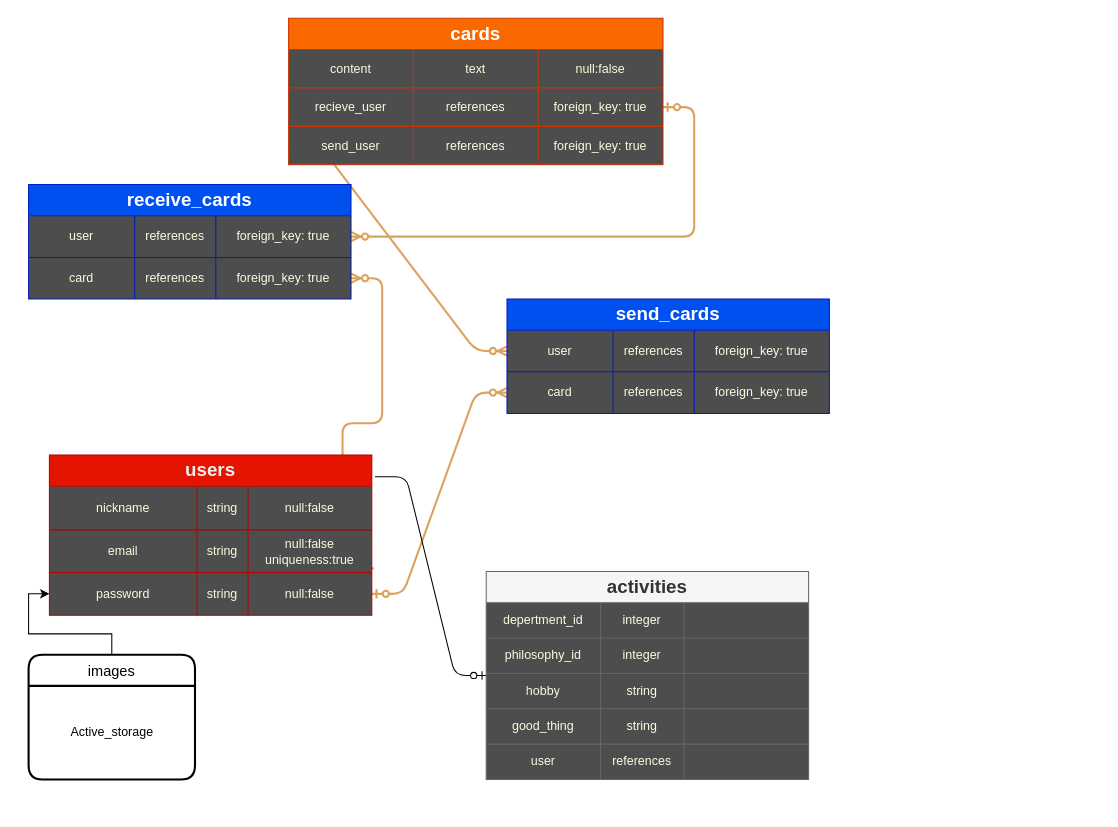
Above: ERD.drawio in akashiyaki0128/ThanksCards (draw.io), before the change. Source tidied: cells renumbered, new cells numbered last; positions are measured from the earlier drawing's top-left corner, leaving out a move shared by most shapes. Both pictures are drawn from the tidied source at 104%, with x=0, y=0 at pixel (28, 18).
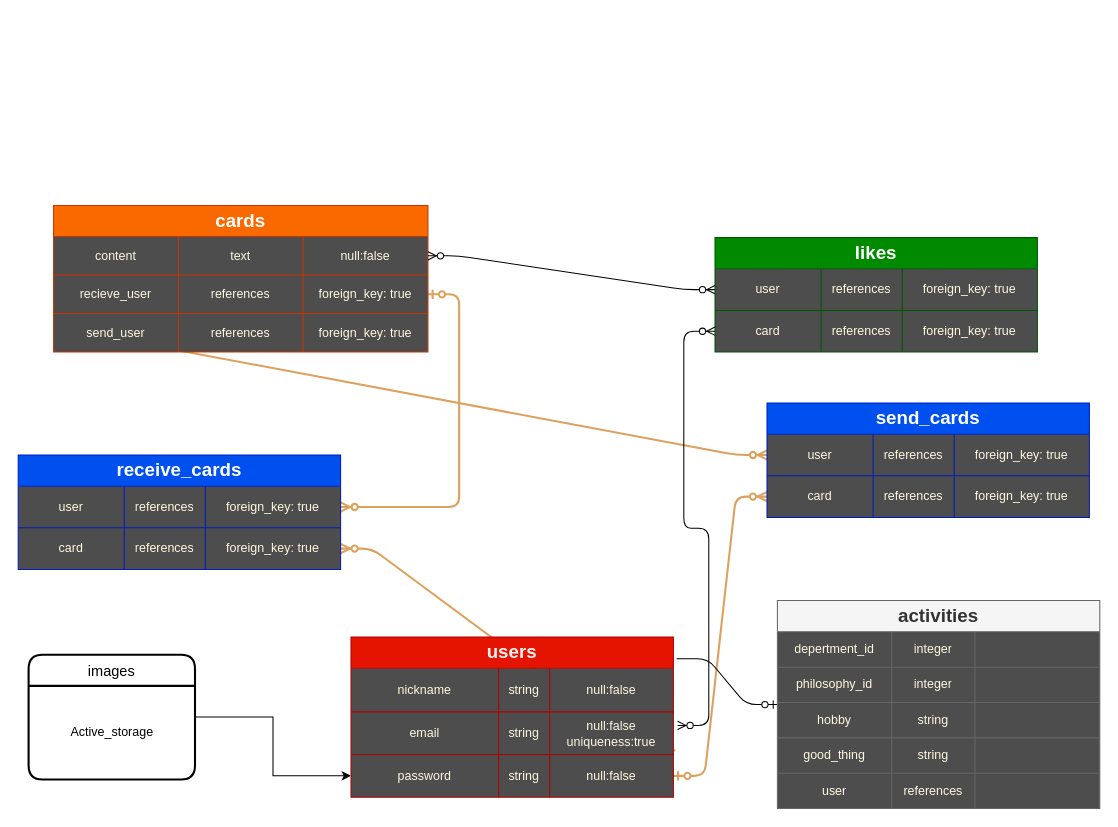
After the change.

Unchanged cells that the change refers to:
```xml
<mxCell id="30" style="shape=partialRectangle;html=1;whiteSpace=wrap;fillColor=none;top=0;left=0;bottom=0;right=0;points=[[0,0.5],[1,0.5]];portConstraint=eastwest;strokeColor=#DDA15E;fontColor=#FEFAE0;" parent="29" vertex="1">
  <mxGeometry y="30" width="360" height="37" as="geometry" />
</mxCell>
<mxCell id="65" style="shape=partialRectangle;html=1;whiteSpace=wrap;fillColor=none;top=0;left=0;bottom=0;right=0;points=[[0,0.5],[1,0.5]];portConstraint=eastwest;strokeColor=#DDA15E;fontColor=#FEFAE0;" parent="60" vertex="1">
  <mxGeometry y="72" width="310" height="41" as="geometry" />
</mxCell>
```

What changed in the source:
```diff
@@
     <mxCell id="8" value="&lt;font style=&quot;font-size: 18px&quot;&gt;activities&lt;/font&gt;" style="shape=table;html=1;whiteSpace=wrap;startSize=30;childLayout=tableLayout;fontStyle=1;align=center;rounded=0;sketch=0;strokeColor=#666666;fillColor=#f5f5f5;fontColor=#333333;swimlaneFillColor=#4D4D4D;" parent="1" vertex="1">
-      <mxGeometry x="440" y="532" width="310" height="200" as="geometry" />
+      <mxGeometry x="720" y="560" width="310" height="200" as="geometry" />
     </mxCell>
@@
     <mxCell id="29" value="&lt;font style=&quot;font-size: 18px&quot;&gt;cards&lt;/font&gt;" style="shape=table;html=1;whiteSpace=wrap;startSize=30;childLayout=tableLayout;fontStyle=1;align=center;rounded=0;sketch=0;fillColor=#fa6800;strokeColor=#C73500;fontColor=#ffffff;swimlaneFillColor=#4D4D4D;" parent="1" vertex="1">
-      <mxGeometry x="250" width="360" height="141" as="geometry" />
+      <mxGeometry x="24" y="180" width="360" height="141" as="geometry" />
     </mxCell>
@@
     <mxCell id="42" value="&lt;span style=&quot;font-size: 18px&quot;&gt;receive_cards&lt;/span&gt;" style="shape=table;html=1;whiteSpace=wrap;startSize=30;childLayout=tableLayout;fontStyle=1;align=center;rounded=0;sketch=0;strokeColor=#001DBC;fillColor=#0050ef;swimlaneFillColor=#4D4D4D;fontColor=#ffffff;" parent="1" vertex="1">
-      <mxGeometry y="160" width="310" height="110" as="geometry" />
+      <mxGeometry x="-10" y="420" width="310" height="110" as="geometry" />
     </mxCell>
@@
     <mxCell id="51" value="&lt;span style=&quot;font-size: 18px&quot;&gt;send_cards&lt;/span&gt;" style="shape=table;html=1;whiteSpace=wrap;startSize=30;childLayout=tableLayout;fontStyle=1;align=center;rounded=0;sketch=0;strokeColor=#001DBC;fillColor=#0050ef;swimlaneFillColor=#4D4D4D;fontColor=#ffffff;" parent="1" vertex="1">
-      <mxGeometry x="460" y="270" width="310" height="110" as="geometry" />
+      <mxGeometry x="710" y="370" width="310" height="110" as="geometry" />
     </mxCell>
@@
     <mxCell id="60" value="&lt;font style=&quot;font-size: 18px&quot;&gt;users&lt;/font&gt;" style="shape=table;startSize=30;childLayout=tableLayout;fontStyle=1;align=center;rounded=0;sketch=0;strokeColor=#B20000;swimlaneFillColor=#4D4D4D;gradientDirection=west;labelBackgroundColor=none;labelBorderColor=none;fillColor=#e51400;fontColor=#F0F0F0;whiteSpace=wrap;html=1;" parent="1" vertex="1">
-      <mxGeometry x="20" y="420" width="310" height="154" as="geometry" />
+      <mxGeometry x="310" y="595" width="310" height="154" as="geometry" />
     </mxCell>
@@
+    <mxCell id="75" value="&lt;span style=&quot;font-size: 18px&quot;&gt;likes&lt;/span&gt;" style="shape=table;html=1;whiteSpace=wrap;startSize=30;childLayout=tableLayout;fontStyle=1;align=center;rounded=0;sketch=0;strokeColor=#005700;fillColor=#008a00;swimlaneFillColor=#4D4D4D;fontColor=#ffffff;" parent="1" vertex="1">
+      <mxGeometry x="660" y="211" width="310" height="110" as="geometry" />
+    </mxCell>
+    <mxCell id="76" style="shape=partialRectangle;html=1;whiteSpace=wrap;fillColor=none;top=0;left=0;bottom=0;right=0;points=[[0,0.5],[1,0.5]];portConstraint=eastwest;strokeColor=#DDA15E;fontColor=#FEFAE0;" parent="75" vertex="1">
+      <mxGeometry y="30" width="310" height="40" as="geometry" />
+    </mxCell>
+    <mxCell id="77" value="user" style="shape=partialRectangle;html=1;whiteSpace=wrap;fillColor=none;top=0;left=0;bottom=0;right=0;overflow=hidden;strokeColor=#DDA15E;fontColor=#FEFAE0;" parent="76" vertex="1">
+      <mxGeometry width="102" height="40" as="geometry" />
+    </mxCell>
+    <mxCell id="78" value="&lt;span&gt;references&lt;/span&gt;" style="shape=partialRectangle;html=1;whiteSpace=wrap;fillColor=none;top=0;left=0;bottom=0;right=0;overflow=hidden;strokeColor=#DDA15E;fontColor=#FEFAE0;" parent="76" vertex="1">
+      <mxGeometry x="102" width="78" height="40" as="geometry" />
+    </mxCell>
+    <mxCell id="79" value="&lt;span&gt;foreign_key: true&lt;/span&gt;" style="shape=partialRectangle;html=1;whiteSpace=wrap;fillColor=none;top=0;left=0;bottom=0;right=0;overflow=hidden;strokeColor=#DDA15E;fontColor=#FEFAE0;" parent="76" vertex="1">
+      <mxGeometry x="180" width="130" height="40" as="geometry" />
+    </mxCell>
+    <mxCell id="80" style="shape=partialRectangle;html=1;whiteSpace=wrap;fillColor=none;top=0;left=0;bottom=0;right=0;points=[[0,0.5],[1,0.5]];portConstraint=eastwest;strokeColor=#DDA15E;fontColor=#FEFAE0;" parent="75" vertex="1">
+      <mxGeometry y="70" width="310" height="40" as="geometry" />
+    </mxCell>
+    <mxCell id="81" value="card" style="shape=partialRectangle;html=1;whiteSpace=wrap;fillColor=none;top=0;left=0;bottom=0;right=0;overflow=hidden;strokeColor=#DDA15E;fontColor=#FEFAE0;" parent="80" vertex="1">
+      <mxGeometry width="102" height="40" as="geometry" />
+    </mxCell>
+    <mxCell id="82" value="&lt;span&gt;references&lt;/span&gt;" style="shape=partialRectangle;html=1;whiteSpace=wrap;fillColor=none;top=0;left=0;bottom=0;right=0;overflow=hidden;strokeColor=#DDA15E;fontColor=#FEFAE0;" parent="80" vertex="1">
+      <mxGeometry x="102" width="78" height="40" as="geometry" />
+    </mxCell>
+    <mxCell id="83" value="&lt;span&gt;foreign_key: true&lt;/span&gt;" style="shape=partialRectangle;html=1;whiteSpace=wrap;fillColor=none;top=0;left=0;bottom=0;right=0;overflow=hidden;strokeColor=#DDA15E;fontColor=#FEFAE0;" parent="80" vertex="1">
+      <mxGeometry x="180" width="130" height="40" as="geometry" />
+    </mxCell>
+    <mxCell id="84" style="edgeStyle=entityRelationEdgeStyle;fontSize=12;html=1;endArrow=ERzeroToMany;endFill=1;startArrow=ERzeroToMany;exitX=1.013;exitY=0.317;exitDx=0;exitDy=0;exitPerimeter=0;entryX=0;entryY=0.5;entryDx=0;entryDy=0;" parent="1" edge="1" source="65" target="80">
+      <mxGeometry relative="1" as="geometry" />
+    </mxCell>
+    <mxCell id="85" style="edgeStyle=entityRelationEdgeStyle;fontSize=12;html=1;endArrow=ERzeroToMany;endFill=1;startArrow=ERzeroToMany;exitX=1;exitY=0.5;exitDx=0;exitDy=0;entryX=0;entryY=0.5;entryDx=0;entryDy=0;" parent="1" edge="1" source="30" target="76">
+      <mxGeometry relative="1" as="geometry" />
+    </mxCell>
```
